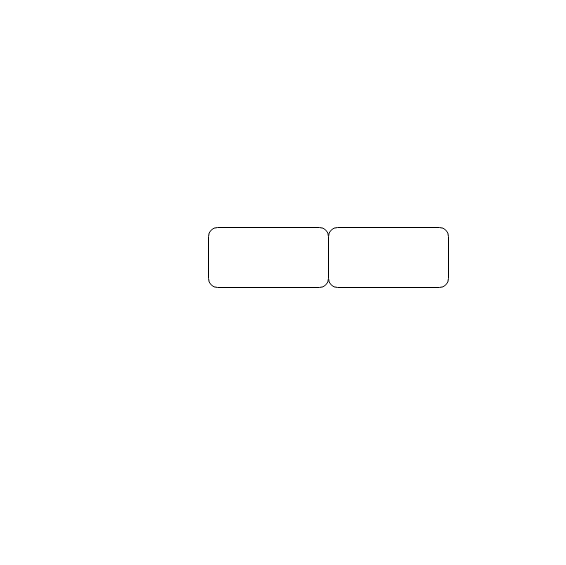
Above: Untitled Diagram.drawio in temavasilev/bachelor-iot (draw.io), before the change. Source tidied: cells renumbered, new cells numbered last; positions are measured from the earlier drawing's top-left corner, leaving out a move shared by most shapes. Both pictures are drawn from the tidied source at 100%, with x=0, y=0 at pixel (208, 227).
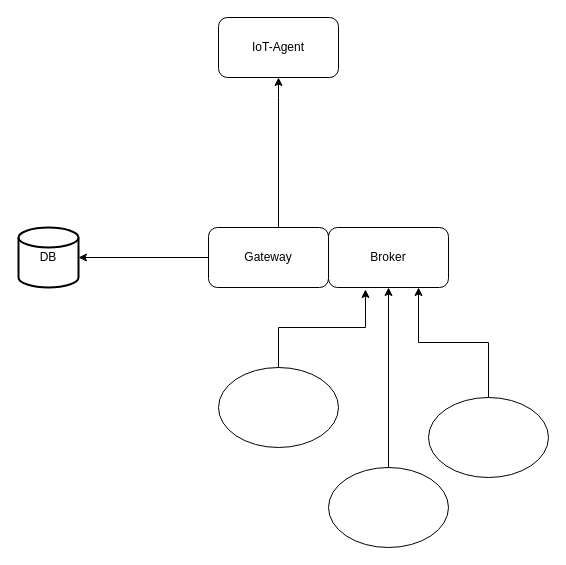
The same diagram, later.

What changed in the source:
```diff
@@
 <mxGraphModel>
   <root>
     <mxCell id="0" />
     <mxCell id="1" parent="0" />
+    <mxCell id="4" style="edgeStyle=orthogonalEdgeStyle;rounded=0;jettySize=auto;html=1;entryX=0.5;entryY=1;entryDx=0;entryDy=0;" parent="1" edge="1" source="2" target="6">
+      <mxGeometry relative="1" as="geometry">
+        <Array as="points">
+          <mxPoint x="70" y="-130" />
+        </Array>
+      </mxGeometry>
+    </mxCell>
+    <mxCell id="5" style="edgeStyle=orthogonalEdgeStyle;rounded=0;jettySize=auto;html=1;entryX=1;entryY=0.5;entryDx=0;entryDy=0;entryPerimeter=0;" parent="1" edge="1" source="2" target="8">
+      <mxGeometry relative="1" as="geometry" />
+    </mxCell>
-    <mxCell id="2" style="rounded=1;whiteSpace=wrap;html=1;" parent="1" vertex="1">
+    <mxCell id="2" value="Gateway" style="rounded=1;whiteSpace=wrap;html=1;" parent="1" vertex="1">
       <mxGeometry width="120" height="60" as="geometry" />
     </mxCell>
-    <mxCell id="3" style="rounded=1;whiteSpace=wrap;html=1;" parent="1" vertex="1">
+    <mxCell id="3" value="Broker" style="rounded=1;whiteSpace=wrap;html=1;" parent="1" vertex="1">
       <mxGeometry x="120" width="120" height="60" as="geometry" />
     </mxCell>
+    <mxCell id="6" value="IoT-Agent" style="rounded=1;whiteSpace=wrap;html=1;" parent="1" vertex="1">
+      <mxGeometry x="10" y="-210" width="120" height="60" as="geometry" />
+    </mxCell>
+    <mxCell id="7" style="edgeStyle=orthogonalEdgeStyle;rounded=0;orthogonalLoop=1;jettySize=auto;html=1;exitX=0.5;exitY=1;exitDx=0;exitDy=0;" parent="1" edge="1" source="6" target="6">
+      <mxGeometry relative="1" as="geometry" />
+    </mxCell>
+    <mxCell id="8" value="DB" style="strokeWidth=2;html=1;shape=mxgraph.flowchart.database;whiteSpace=wrap;" parent="1" vertex="1">
+      <mxGeometry x="-190" width="60" height="60" as="geometry" />
+    </mxCell>
+    <mxCell id="9" style="edgeStyle=orthogonalEdgeStyle;rounded=0;jettySize=auto;html=1;entryX=0.308;entryY=1.033;entryDx=0;entryDy=0;entryPerimeter=0;" parent="1" edge="1" source="10" target="3">
+      <mxGeometry relative="1" as="geometry" />
+    </mxCell>
+    <mxCell id="10" style="ellipse;whiteSpace=wrap;html=1;" parent="1" vertex="1">
+      <mxGeometry x="10" y="140" width="120" height="80" as="geometry" />
+    </mxCell>
+    <mxCell id="11" style="edgeStyle=orthogonalEdgeStyle;rounded=0;jettySize=auto;html=1;entryX=0.5;entryY=1;entryDx=0;entryDy=0;" parent="1" edge="1" source="12" target="3">
+      <mxGeometry relative="1" as="geometry" />
+    </mxCell>
+    <mxCell id="12" style="ellipse;whiteSpace=wrap;html=1;" parent="1" vertex="1">
+      <mxGeometry x="120" y="240" width="120" height="80" as="geometry" />
+    </mxCell>
+    <mxCell id="13" style="edgeStyle=orthogonalEdgeStyle;rounded=0;jettySize=auto;html=1;entryX=0.75;entryY=1;entryDx=0;entryDy=0;" parent="1" edge="1" source="14" target="3">
+      <mxGeometry relative="1" as="geometry" />
+    </mxCell>
+    <mxCell id="14" style="ellipse;whiteSpace=wrap;html=1;" parent="1" vertex="1">
+      <mxGeometry x="220" y="170" width="120" height="80" as="geometry" />
+    </mxCell>
   </root>
 </mxGraphModel>
```
